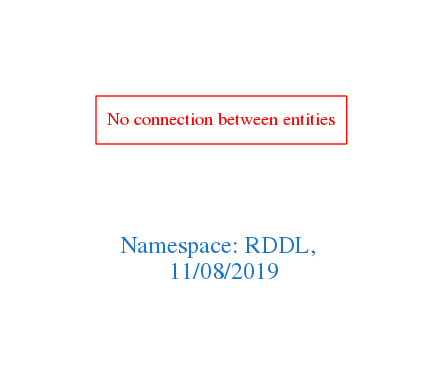
Above: downloads/RDDL.png in arago/OGIT (Graphviz), before the change. Its source is kept beside it as downloads/RDDL.dot.
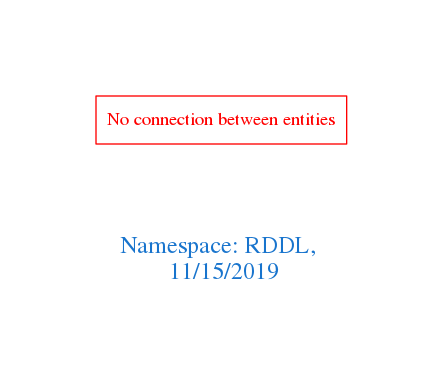
After the commit.

The edit, as a diff of the source:
```diff
@@ -1,7 +1,7 @@
 digraph OGIT_ontology {
  graph [ rankdir= LR,pad=1
 fontsize = 18,
-fontcolor= dodgerblue3,label = "\n\n\nNamespace: RDDL, \n 11/08/2019"];
+fontcolor= dodgerblue3,label = "\n\n\nNamespace: RDDL, \n 11/15/2019"];
 node[shape=polygon];
 edge [  color="gray81"];
 
```
